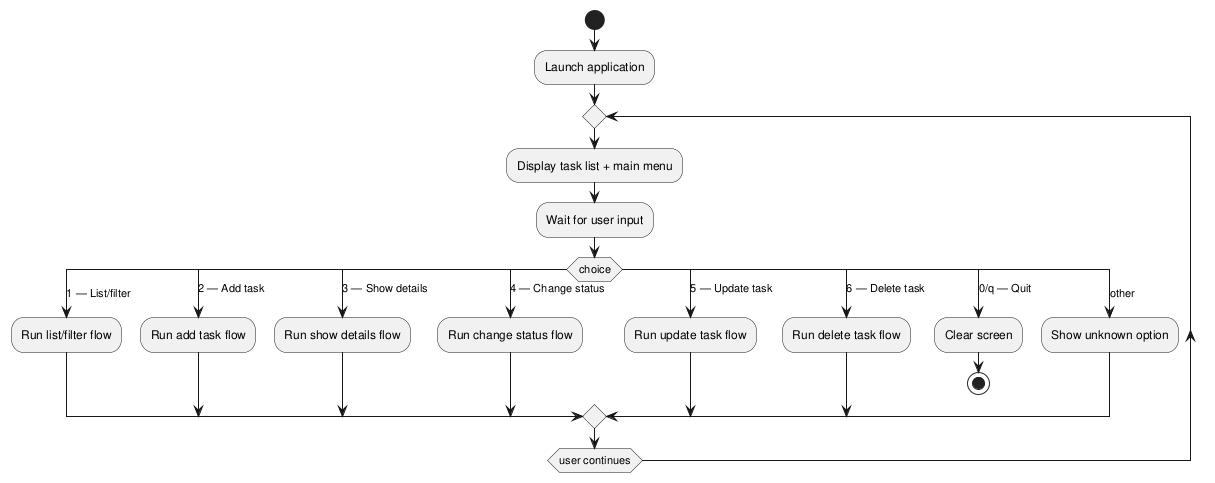
DanielRiha8906/Software_autoevolution_using_agents keeps this PlantUML diagram as experiments/broadcast/user_stories/TODO/artifacts/activity_diagram.png. Above is the earlier version. Source of this version:
```plantuml
@startuml

start
:Launch application;

repeat
  :Display task list + main menu;
  :Wait for user input;

  switch (choice)
    case (1 — List/filter)
      :Run list/filter flow;
    case (2 — Add task)
      :Run add task flow;
    case (3 — Show details)
      :Run show details flow;
    case (4 — Change status)
      :Run change status flow;
    case (5 — Update task)
      :Run update task flow;
    case (6 — Delete task)
      :Run delete task flow;
    case (0/q — Quit)
      :Clear screen;
      stop
    case (other)
      :Show unknown option;
  endswitch

repeat while (user continues)

@enduml
```
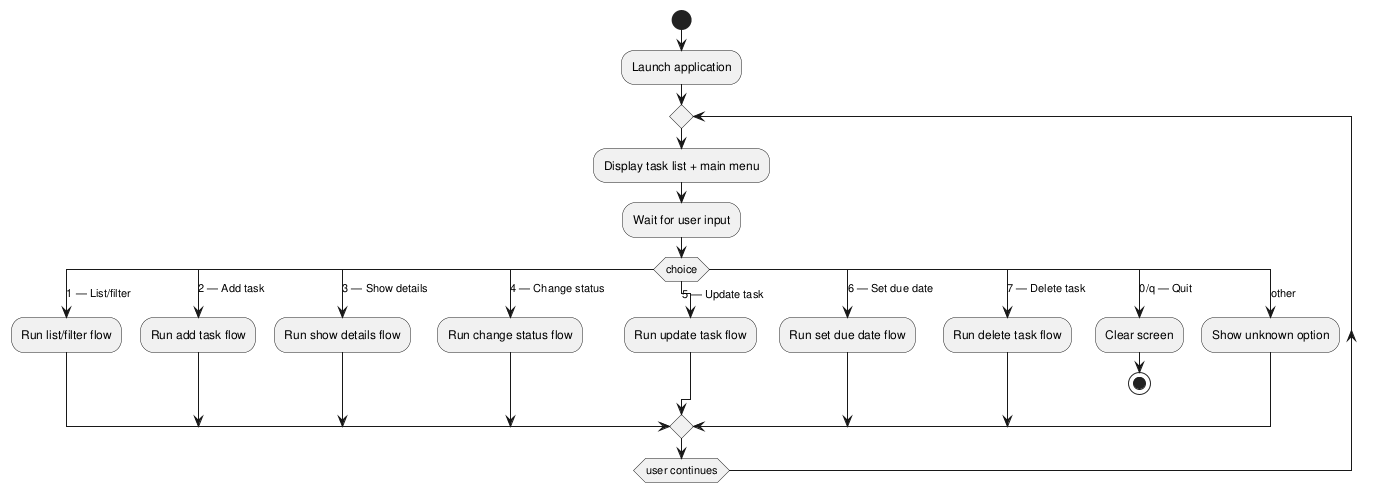
Above is the later version.

What changed in the source:
```diff
@@ -18,7 +18,9 @@
       :Run change status flow;
     case (5 — Update task)
       :Run update task flow;
-    case (6 — Delete task)
+    case (6 — Set due date)
+      :Run set due date flow;
+    case (7 — Delete task)
       :Run delete task flow;
     case (0/q — Quit)
       :Clear screen;
```
